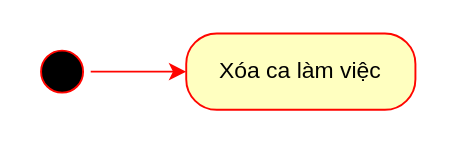
Before: Sơ đồ hoạt động UC sắp xếp ca làm việc.drawio in HaojackYT/DAA_SA, a draw.io diagram. Source tidied: cells renumbered, new cells numbered last; positions are measured from the earlier drawing's top-left corner, leaving out a move shared by most shapes. Both pictures are drawn from the tidied source at 191%, with x=0, y=0 at pixel (32, 32).
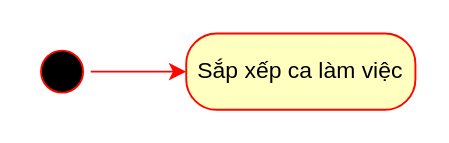
Above is the later version.

Diff of the diagram source:
```diff
@@
 <mxGraphModel>
   <root>
     <mxCell id="0" />
     <mxCell id="1" parent="0" />
     <mxCell id="2" style="ellipse;html=1;shape=startState;fillColor=#000000;strokeColor=#FF0500;" parent="1" vertex="1">
       <mxGeometry y="5" width="30" height="30" as="geometry" />
     </mxCell>
     <mxCell id="3" style="edgeStyle=orthogonalEdgeStyle;rounded=0;jettySize=auto;html=1;strokeColor=#FF0500;" parent="1" edge="1" source="2" target="4">
       <mxGeometry relative="1" as="geometry" />
     </mxCell>
-    <mxCell id="4" value="Xóa ca làm việc" style="rounded=1;whiteSpace=wrap;html=1;arcSize=40;fontColor=#000000;fillColor=#ffffc0;strokeColor=#FF0500;" parent="1" vertex="1">
+    <mxCell id="4" value="Sắp xếp ca làm việc" style="rounded=1;whiteSpace=wrap;html=1;arcSize=40;fontColor=#000000;fillColor=#ffffc0;strokeColor=#FF0500;" parent="1" vertex="1">
       <mxGeometry x="80" width="120" height="40" as="geometry" />
     </mxCell>
   </root>
 </mxGraphModel>
```
